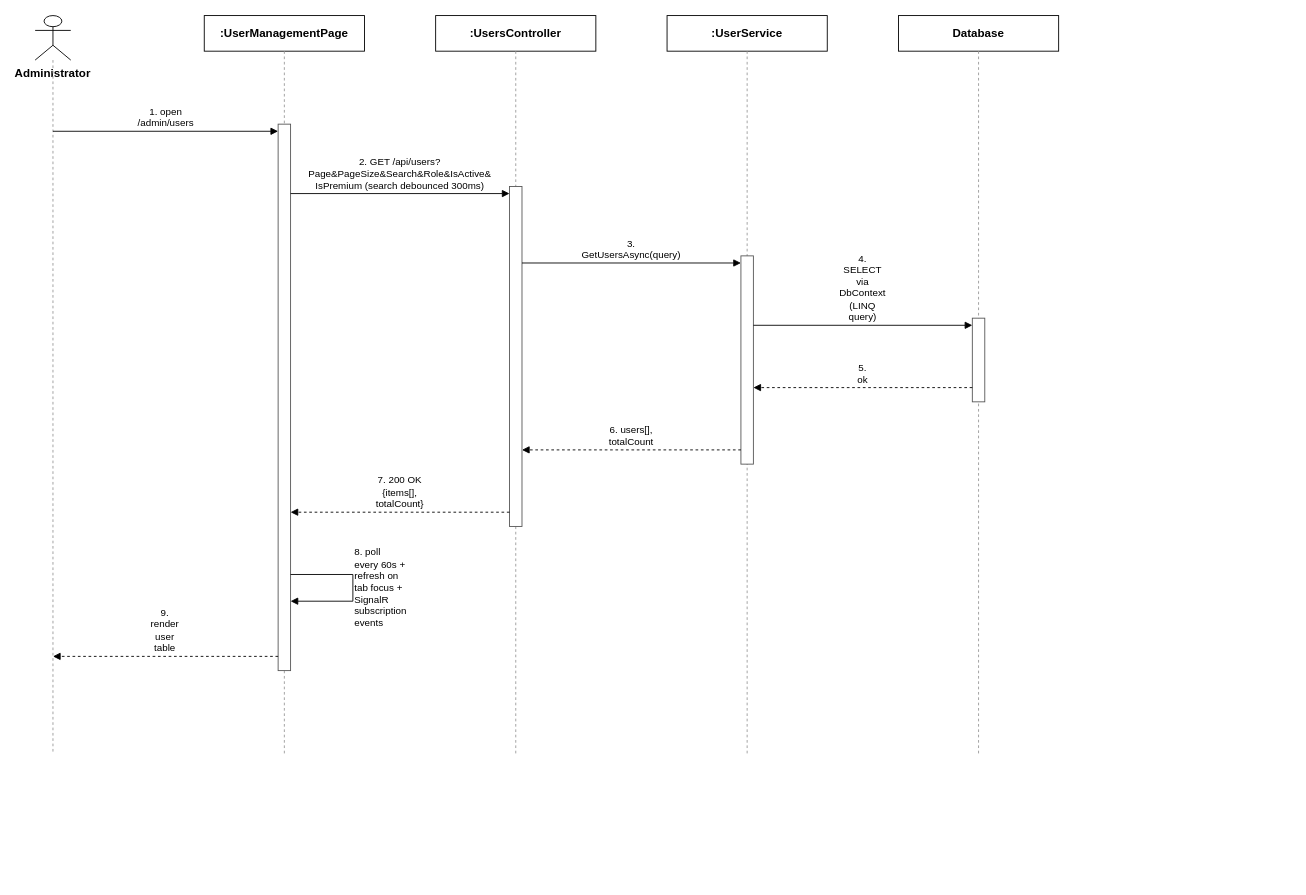
Before: docs/qa/Hien_SequenceDiagram/Report4_SequenceDiagram_View_User_List.drawio in tulklk/AI_Interview_Question_Generation_RAG_LLM_FE, a draw.io diagram. Source tidied: cells renumbered, new cells numbered last; positions are measured from the earlier drawing's top-left corner, leaving out a move shared by most shapes. Both pictures are drawn from the tidied source at 89%, with x=0, y=0 at pixel (35, 15).
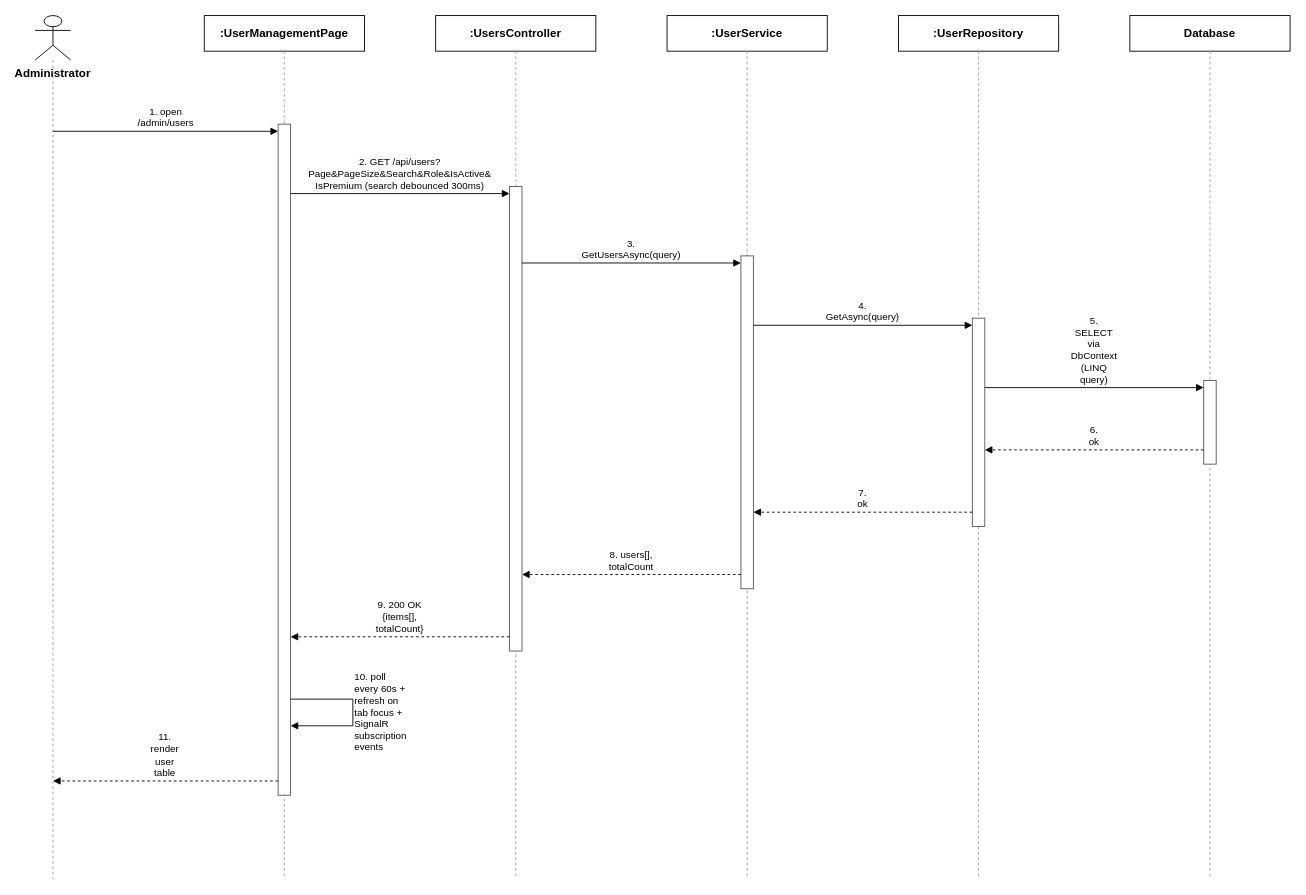
After the change.

What changed in the source:
```diff
@@
     <mxCell id="3" style="endArrow=none;dashed=1;html=1;strokeColor=#999999;" parent="1" edge="1">
       <mxGeometry relative="1" as="geometry">
         <mxPoint x="20" y="50" as="sourcePoint" />
-        <mxPoint x="20" y="830" as="targetPoint" />
+        <mxPoint x="20" y="970" as="targetPoint" />
       </mxGeometry>
     </mxCell>
@@
     <mxCell id="5" style="endArrow=none;dashed=1;html=1;strokeColor=#999999;" parent="1" edge="1">
       <mxGeometry relative="1" as="geometry">
         <mxPoint x="280" y="40" as="sourcePoint" />
-        <mxPoint x="280" y="830" as="targetPoint" />
+        <mxPoint x="280" y="970" as="targetPoint" />
       </mxGeometry>
     </mxCell>
@@
     <mxCell id="7" style="endArrow=none;dashed=1;html=1;strokeColor=#999999;" parent="1" edge="1">
       <mxGeometry relative="1" as="geometry">
         <mxPoint x="540" y="40" as="sourcePoint" />
-        <mxPoint x="540" y="830" as="targetPoint" />
+        <mxPoint x="540" y="970" as="targetPoint" />
       </mxGeometry>
     </mxCell>
@@
     <mxCell id="9" style="endArrow=none;dashed=1;html=1;strokeColor=#999999;" parent="1" edge="1">
       <mxGeometry relative="1" as="geometry">
         <mxPoint x="800" y="40" as="sourcePoint" />
-        <mxPoint x="800" y="830" as="targetPoint" />
+        <mxPoint x="800" y="970" as="targetPoint" />
       </mxGeometry>
     </mxCell>
-    <mxCell id="10" value="Database" style="rounded=0;whiteSpace=wrap;html=1;fontSize=13;fillColor=#ffffff;strokeColor=#000000;fontStyle=1;" parent="1" vertex="1">
+    <mxCell id="10" value=":UserRepository" style="rounded=0;whiteSpace=wrap;html=1;fontSize=13;fillColor=#ffffff;strokeColor=#000000;fontStyle=1;" parent="1" vertex="1">
       <mxGeometry x="970" width="180" height="40" as="geometry" />
     </mxCell>
     <mxCell id="11" style="endArrow=none;dashed=1;html=1;strokeColor=#999999;" parent="1" edge="1">
       <mxGeometry relative="1" as="geometry">
         <mxPoint x="1060" y="40" as="sourcePoint" />
-        <mxPoint x="1060" y="830" as="targetPoint" />
+        <mxPoint x="1060" y="970" as="targetPoint" />
       </mxGeometry>
     </mxCell>
-    <mxCell id="12" style="rounded=0;whiteSpace=wrap;html=1;fillColor=#ffffff;strokeColor=#555555;" parent="1" vertex="1">
-      <mxGeometry x="273" y="122" width="14" height="614" as="geometry" />
+    <mxCell id="12" value="Database" style="rounded=0;whiteSpace=wrap;html=1;fontSize=13;fillColor=#ffffff;strokeColor=#000000;fontStyle=1;" parent="1" vertex="1">
+      <mxGeometry x="1230" width="180" height="40" as="geometry" />
     </mxCell>
-    <mxCell id="13" style="rounded=0;whiteSpace=wrap;html=1;fillColor=#ffffff;strokeColor=#555555;" parent="1" vertex="1">
-      <mxGeometry x="533" y="192" width="14" height="382" as="geometry" />
+    <mxCell id="13" style="endArrow=none;dashed=1;html=1;strokeColor=#999999;" parent="1" edge="1">
+      <mxGeometry relative="1" as="geometry">
+        <mxPoint x="1320" y="40" as="sourcePoint" />
+        <mxPoint x="1320" y="970" as="targetPoint" />
+      </mxGeometry>
     </mxCell>
     <mxCell id="14" style="rounded=0;whiteSpace=wrap;html=1;fillColor=#ffffff;strokeColor=#555555;" parent="1" vertex="1">
-      <mxGeometry x="793" y="270" width="14" height="234" as="geometry" />
+      <mxGeometry x="273" y="122" width="14" height="754" as="geometry" />
     </mxCell>
     <mxCell id="15" style="rounded=0;whiteSpace=wrap;html=1;fillColor=#ffffff;strokeColor=#555555;" parent="1" vertex="1">
-      <mxGeometry x="1053" y="340" width="14" height="94" as="geometry" />
+      <mxGeometry x="533" y="192" width="14" height="522" as="geometry" />
     </mxCell>
-    <mxCell id="16" value="1. open /admin/users" style="endArrow=block;endFill=1;html=1;whiteSpace=wrap;fontSize=11;align=center;verticalAlign=bottom;labelBackgroundColor=#ffffff;strokeColor=#000000;" parent="1" edge="1">
-      <mxGeometry relative="1" as="geometry">
-        <mxPoint x="20" y="130" as="sourcePoint" />
-        <mxPoint x="273" y="130" as="targetPoint" />
-      </mxGeometry>
+    <mxCell id="16" style="rounded=0;whiteSpace=wrap;html=1;fillColor=#ffffff;strokeColor=#555555;" parent="1" vertex="1">
+      <mxGeometry x="793" y="270" width="14" height="374" as="geometry" />
     </mxCell>
-    <mxCell id="17" value="2. GET /api/users?Page&amp;PageSize&amp;Search&amp;Role&amp;IsActive&amp;&lt;br&gt;IsPremium (search debounced 300ms)" style="endArrow=block;endFill=1;html=1;whiteSpace=wrap;fontSize=11;align=center;verticalAlign=bottom;labelBackgroundColor=#ffffff;strokeColor=#000000;" parent="1" edge="1">
-      <mxGeometry relative="1" as="geometry">
-        <mxPoint x="287" y="200" as="sourcePoint" />
-        <mxPoint x="533" y="200" as="targetPoint" />
-      </mxGeometry>
+    <mxCell id="17" style="rounded=0;whiteSpace=wrap;html=1;fillColor=#ffffff;strokeColor=#555555;" parent="1" vertex="1">
+      <mxGeometry x="1053" y="340" width="14" height="234" as="geometry" />
     </mxCell>
-    <mxCell id="18" value="3. GetUsersAsync(query)" style="endArrow=block;endFill=1;html=1;whiteSpace=wrap;fontSize=11;align=center;verticalAlign=bottom;labelBackgroundColor=#ffffff;strokeColor=#000000;" parent="1" edge="1">
-      <mxGeometry relative="1" as="geometry">
-        <mxPoint x="547" y="278" as="sourcePoint" />
-        <mxPoint x="793" y="278" as="targetPoint" />
-      </mxGeometry>
+    <mxCell id="18" style="rounded=0;whiteSpace=wrap;html=1;fillColor=#ffffff;strokeColor=#555555;" parent="1" vertex="1">
+      <mxGeometry x="1313" y="410" width="14" height="94" as="geometry" />
     </mxCell>
-    <mxCell id="19" value="4. SELECT via DbContext (LINQ query)" style="endArrow=block;endFill=1;html=1;whiteSpace=wrap;fontSize=11;align=center;verticalAlign=bottom;labelBackgroundColor=#ffffff;strokeColor=#000000;" parent="1" edge="1">
+    <mxCell id="19" value="1. open /admin/users" style="endArrow=block;endFill=1;html=1;whiteSpace=wrap;fontSize=11;align=center;verticalAlign=bottom;labelBackgroundColor=#ffffff;strokeColor=#000000;" parent="1" edge="1">
       <mxGeometry relative="1" as="geometry">
-        <mxPoint x="807" y="348" as="sourcePoint" />
-        <mxPoint x="1053" y="348" as="targetPoint" />
+        <mxPoint x="20" y="130" as="sourcePoint" />
+        <mxPoint x="273" y="130" as="targetPoint" />
       </mxGeometry>
     </mxCell>
-    <mxCell id="20" value="5. ok" style="endArrow=block;endFill=1;html=1;whiteSpace=wrap;dashed=1;fontSize=11;align=center;verticalAlign=bottom;labelBackgroundColor=#ffffff;strokeColor=#000000;" parent="1" edge="1">
+    <mxCell id="20" value="2. GET /api/users?Page&amp;PageSize&amp;Search&amp;Role&amp;IsActive&amp;&lt;br&gt;IsPremium (search debounced 300ms)" style="endArrow=block;endFill=1;html=1;whiteSpace=wrap;fontSize=11;align=center;verticalAlign=bottom;labelBackgroundColor=#ffffff;strokeColor=#000000;" parent="1" edge="1">
       <mxGeometry relative="1" as="geometry">
-        <mxPoint x="1053" y="418" as="sourcePoint" />
-        <mxPoint x="807" y="418" as="targetPoint" />
+        <mxPoint x="287" y="200" as="sourcePoint" />
+        <mxPoint x="533" y="200" as="targetPoint" />
       </mxGeometry>
     </mxCell>
-    <mxCell id="21" value="6. users[], totalCount" style="endArrow=block;endFill=1;html=1;whiteSpace=wrap;dashed=1;fontSize=11;align=center;verticalAlign=bottom;labelBackgroundColor=#ffffff;strokeColor=#000000;" parent="1" edge="1">
+    <mxCell id="21" value="3. GetUsersAsync(query)" style="endArrow=block;endFill=1;html=1;whiteSpace=wrap;fontSize=11;align=center;verticalAlign=bottom;labelBackgroundColor=#ffffff;strokeColor=#000000;" parent="1" edge="1">
       <mxGeometry relative="1" as="geometry">
-        <mxPoint x="793" y="488" as="sourcePoint" />
-        <mxPoint x="547" y="488" as="targetPoint" />
+        <mxPoint x="547" y="278" as="sourcePoint" />
+        <mxPoint x="793" y="278" as="targetPoint" />
       </mxGeometry>
     </mxCell>
-    <mxCell id="22" value="7. 200 OK {items[], totalCount}" style="endArrow=block;endFill=1;html=1;whiteSpace=wrap;dashed=1;fontSize=11;align=center;verticalAlign=bottom;labelBackgroundColor=#ffffff;strokeColor=#000000;" parent="1" edge="1">
+    <mxCell id="22" value="4. GetAsync(query)" style="endArrow=block;endFill=1;html=1;whiteSpace=wrap;fontSize=11;align=center;verticalAlign=bottom;labelBackgroundColor=#ffffff;strokeColor=#000000;" parent="1" edge="1">
       <mxGeometry relative="1" as="geometry">
-        <mxPoint x="533" y="558" as="sourcePoint" />
-        <mxPoint x="287" y="558" as="targetPoint" />
+        <mxPoint x="807" y="348" as="sourcePoint" />
+        <mxPoint x="1053" y="348" as="targetPoint" />
       </mxGeometry>
     </mxCell>
-    <mxCell id="23" value="8. poll every 60s + refresh on tab focus + SignalR&lt;br&gt;subscription events" style="endArrow=block;endFill=1;html=1;whiteSpace=wrap;fontSize=11;align=left;verticalAlign=middle;labelBackgroundColor=#ffffff;rounded=0;strokeColor=#000000;" parent="1" edge="1">
+    <mxCell id="23" value="5. SELECT via DbContext (LINQ query)" style="endArrow=block;endFill=1;html=1;whiteSpace=wrap;fontSize=11;align=center;verticalAlign=bottom;labelBackgroundColor=#ffffff;strokeColor=#000000;" parent="1" edge="1">
       <mxGeometry relative="1" as="geometry">
-        <mxPoint x="287" y="628" as="sourcePoint" />
-        <mxPoint x="287" y="658" as="targetPoint" />
-        <Array as="points">
-          <mxPoint x="357" y="628" />
-          <mxPoint x="357" y="658" />
-        </Array>
+        <mxPoint x="1067" y="418" as="sourcePoint" />
+        <mxPoint x="1313" y="418" as="targetPoint" />
       </mxGeometry>
     </mxCell>
-    <mxCell id="24" value="9. render user table" style="endArrow=block;endFill=1;html=1;whiteSpace=wrap;dashed=1;fontSize=11;align=center;verticalAlign=bottom;labelBackgroundColor=#ffffff;strokeColor=#000000;" parent="1" edge="1">
+    <mxCell id="24" value="6. ok" style="endArrow=block;endFill=1;html=1;whiteSpace=wrap;dashed=1;fontSize=11;align=center;verticalAlign=bottom;labelBackgroundColor=#ffffff;strokeColor=#000000;" parent="1" edge="1">
       <mxGeometry relative="1" as="geometry">
-        <mxPoint x="273" y="720" as="sourcePoint" />
-        <mxPoint x="20" y="720" as="targetPoint" />
+        <mxPoint x="1313" y="488" as="sourcePoint" />
+        <mxPoint x="1067" y="488" as="targetPoint" />
       </mxGeometry>
     </mxCell>
+    <mxCell id="25" value="7. ok" style="endArrow=block;endFill=1;html=1;whiteSpace=wrap;dashed=1;fontSize=11;align=center;verticalAlign=bottom;labelBackgroundColor=#ffffff;strokeColor=#000000;" parent="1" edge="1">
+      <mxGeometry relative="1" as="geometry">
+        <mxPoint x="1053" y="558" as="sourcePoint" />
+        <mxPoint x="807" y="558" as="targetPoint" />
+      </mxGeometry>
+    </mxCell>
+    <mxCell id="26" value="8. users[], totalCount" style="endArrow=block;endFill=1;html=1;whiteSpace=wrap;dashed=1;fontSize=11;align=center;verticalAlign=bottom;labelBackgroundColor=#ffffff;strokeColor=#000000;" parent="1" edge="1">
+      <mxGeometry relative="1" as="geometry">
+        <mxPoint x="793" y="628" as="sourcePoint" />
+        <mxPoint x="547" y="628" as="targetPoint" />
+      </mxGeometry>
+    </mxCell>
+    <mxCell id="27" value="9. 200 OK {items[], totalCount}" style="endArrow=block;endFill=1;html=1;whiteSpace=wrap;dashed=1;fontSize=11;align=center;verticalAlign=bottom;labelBackgroundColor=#ffffff;strokeColor=#000000;" parent="1" edge="1">
+      <mxGeometry relative="1" as="geometry">
+        <mxPoint x="533" y="698" as="sourcePoint" />
+        <mxPoint x="287" y="698" as="targetPoint" />
+      </mxGeometry>
+    </mxCell>
+    <mxCell id="28" value="10. poll every 60s + refresh on tab focus + SignalR&lt;br&gt;subscription events" style="endArrow=block;endFill=1;html=1;whiteSpace=wrap;fontSize=11;align=left;verticalAlign=middle;labelBackgroundColor=#ffffff;rounded=0;strokeColor=#000000;" parent="1" edge="1">
+      <mxGeometry relative="1" as="geometry">
+        <mxPoint x="287" y="768" as="sourcePoint" />
+        <mxPoint x="287" y="798" as="targetPoint" />
+        <Array as="points">
+          <mxPoint x="357" y="768" />
+          <mxPoint x="357" y="798" />
+        </Array>
+      </mxGeometry>
+    </mxCell>
+    <mxCell id="29" value="11. render user table" style="endArrow=block;endFill=1;html=1;whiteSpace=wrap;dashed=1;fontSize=11;align=center;verticalAlign=bottom;labelBackgroundColor=#ffffff;strokeColor=#000000;" parent="1" edge="1">
+      <mxGeometry relative="1" as="geometry">
+        <mxPoint x="273" y="860" as="sourcePoint" />
+        <mxPoint x="20" y="860" as="targetPoint" />
+      </mxGeometry>
+    </mxCell>
```
